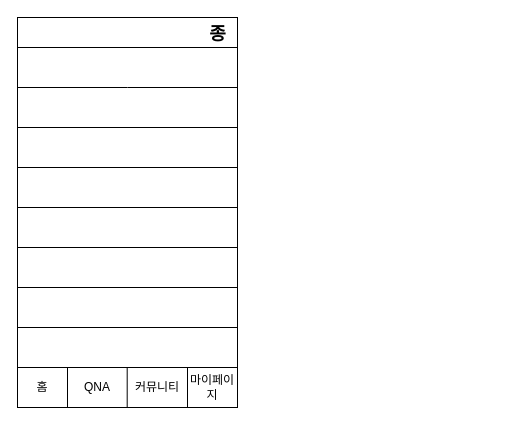
Before: puddy.drawio in waveofmymind/waveofmymind, a draw.io diagram. Source tidied: cells renumbered, new cells numbered last; positions are measured from the earlier drawing's top-left corner, leaving out a move shared by most shapes. Both pictures are drawn from the tidied source at 100%, with x=0, y=0 at pixel (17, 17).
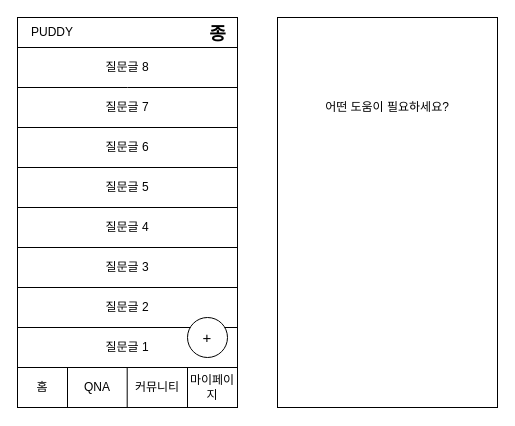
The same diagram, later.

What changed in the source:
```diff
@@
+    <mxCell id="20" value="&lt;font style=&quot;font-size: 15px;&quot;&gt;+&lt;/font&gt;" style="ellipse;whiteSpace=wrap;html=1;" parent="1" vertex="1">
+      <mxGeometry x="170" y="300" width="40" height="40" as="geometry" />
+    </mxCell>
+    <mxCell id="21" value="질문글 8" style="text;html=1;strokeColor=none;fillColor=none;align=center;verticalAlign=middle;whiteSpace=wrap;rounded=0;" parent="1" vertex="1">
+      <mxGeometry y="30" width="220" height="40" as="geometry" />
+    </mxCell>
+    <mxCell id="22" value="질문글 7" style="text;html=1;strokeColor=none;fillColor=none;align=center;verticalAlign=middle;whiteSpace=wrap;rounded=0;" parent="1" vertex="1">
+      <mxGeometry y="70" width="220" height="40" as="geometry" />
+    </mxCell>
+    <mxCell id="23" value="질문글 6" style="text;html=1;strokeColor=none;fillColor=none;align=center;verticalAlign=middle;whiteSpace=wrap;rounded=0;" parent="1" vertex="1">
+      <mxGeometry y="110" width="220" height="40" as="geometry" />
+    </mxCell>
+    <mxCell id="24" value="질문글 5" style="text;html=1;strokeColor=none;fillColor=none;align=center;verticalAlign=middle;whiteSpace=wrap;rounded=0;" parent="1" vertex="1">
+      <mxGeometry y="150" width="220" height="40" as="geometry" />
+    </mxCell>
+    <mxCell id="25" value="질문글 4" style="text;html=1;strokeColor=none;fillColor=none;align=center;verticalAlign=middle;whiteSpace=wrap;rounded=0;" parent="1" vertex="1">
+      <mxGeometry y="190" width="220" height="40" as="geometry" />
+    </mxCell>
+    <mxCell id="26" value="질문글 3" style="text;html=1;strokeColor=none;fillColor=none;align=center;verticalAlign=middle;whiteSpace=wrap;rounded=0;" parent="1" vertex="1">
+      <mxGeometry y="230" width="220" height="40" as="geometry" />
+    </mxCell>
+    <mxCell id="27" value="질문글 2" style="text;html=1;strokeColor=none;fillColor=none;align=center;verticalAlign=middle;whiteSpace=wrap;rounded=0;" parent="1" vertex="1">
+      <mxGeometry y="270" width="220" height="40" as="geometry" />
+    </mxCell>
+    <mxCell id="28" value="질문글 1" style="text;html=1;strokeColor=none;fillColor=none;align=center;verticalAlign=middle;whiteSpace=wrap;rounded=0;" parent="1" vertex="1">
+      <mxGeometry y="310" width="220" height="40" as="geometry" />
+    </mxCell>
+    <mxCell id="29" value="PUDDY" style="text;html=1;strokeColor=none;fillColor=none;align=center;verticalAlign=middle;whiteSpace=wrap;rounded=0;" parent="1" vertex="1">
+      <mxGeometry width="70" height="30" as="geometry" />
+    </mxCell>
+    <mxCell id="30" style="rounded=0;whiteSpace=wrap;html=1;direction=south;" parent="1" vertex="1">
+      <mxGeometry x="260" width="220" height="390" as="geometry" />
+    </mxCell>
+    <mxCell id="31" value="어떤 도움이 필요하세요?" style="text;html=1;strokeColor=none;fillColor=none;align=center;verticalAlign=middle;whiteSpace=wrap;rounded=0;" parent="1" vertex="1">
+      <mxGeometry x="275" y="70" width="190" height="40" as="geometry" />
+    </mxCell>
```
